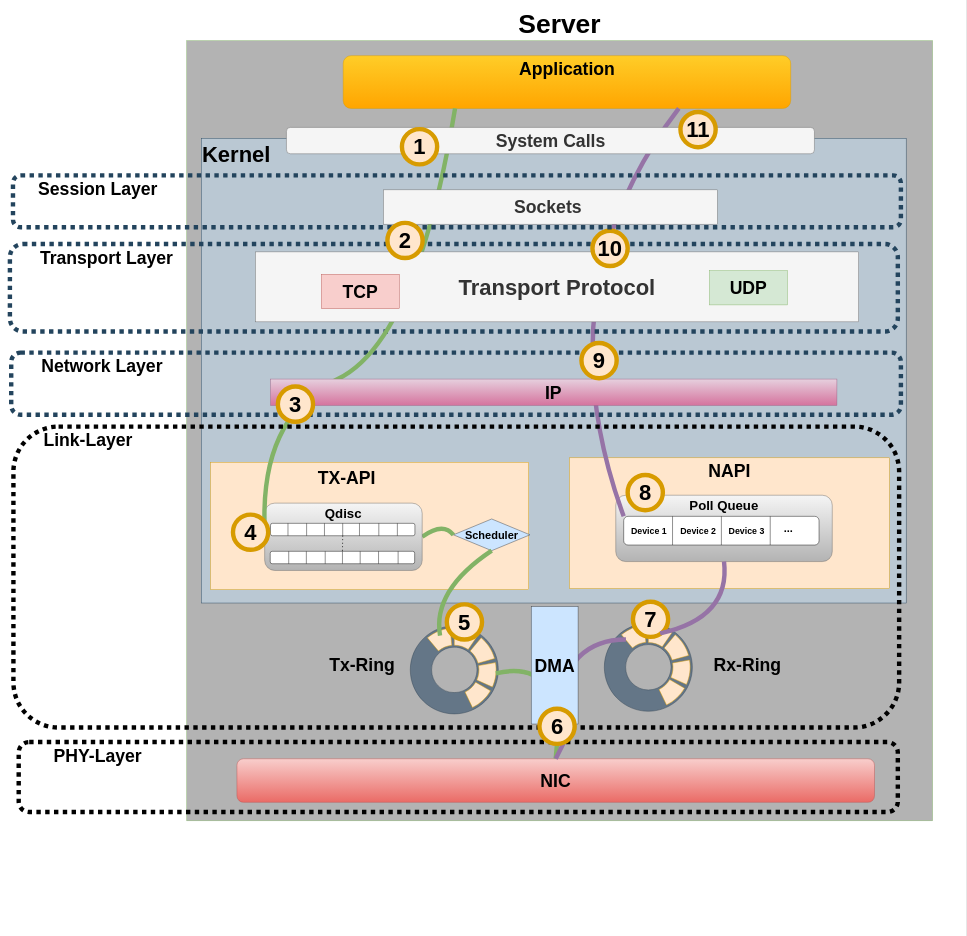
Before: thesis/drawio/network_stack.drawio in studhascja/Masterthesis, a draw.io diagram. Source tidied: cells renumbered, new cells numbered last; positions are measured from the earlier drawing's top-left corner, leaving out a move shared by most shapes. Both pictures are drawn from the tidied source at 44%, with x=0, y=0 at pixel (10, 40).
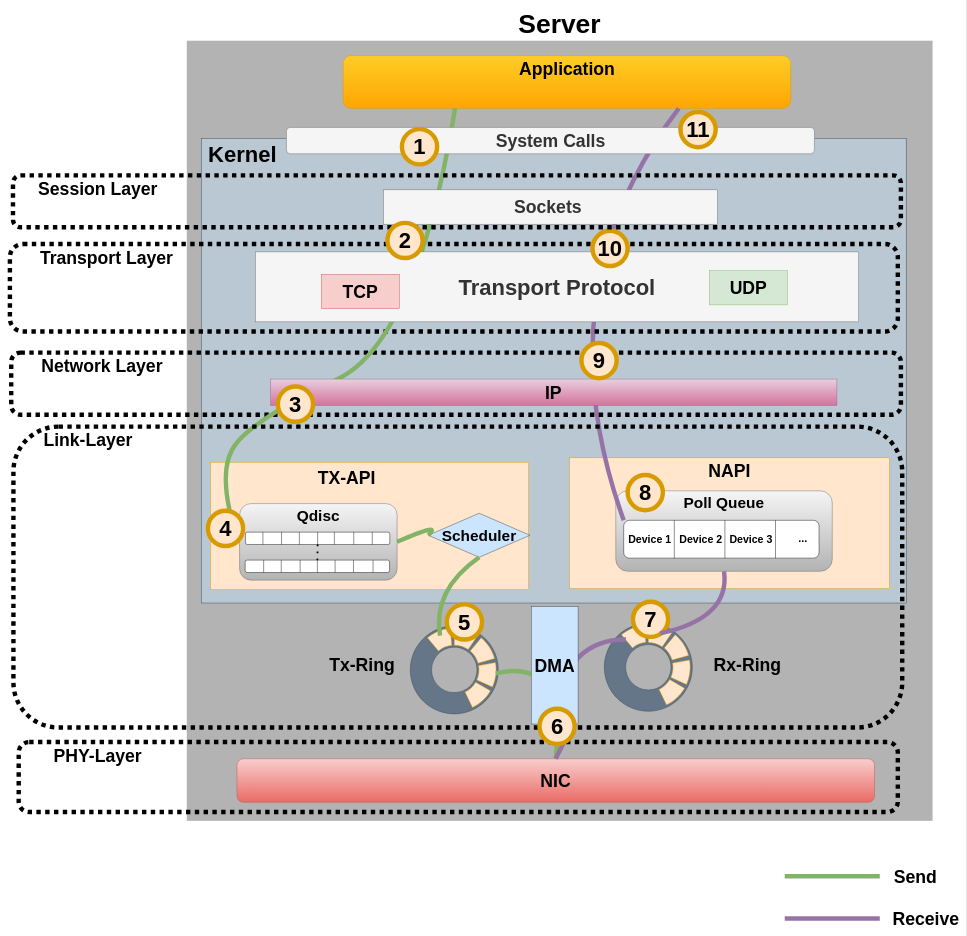
Above is the later version.

The change refers to these unchanged cells:
```xml
<mxCell id="4" value="&lt;font&gt;Application&lt;/font&gt;" style="rounded=1;whiteSpace=wrap;html=1;fontSize=40;fontStyle=1;verticalAlign=top;fillColor=#ffcd28;gradientColor=#ffa500;strokeColor=#d79b00;" parent="1" vertex="1">
  <mxGeometry x="757.5" y="34" width="1017" height="120" as="geometry" />
</mxCell>
<mxCell id="37" style="group;" parent="1" vertex="1">
  <mxGeometry x="579" y="1051" width="1443" height="509" as="geometry" />
</mxCell>
```

What changed in the source:
```diff
@@
-    <mxCell id="2" value="Server" style="rounded=0;whiteSpace=wrap;html=1;verticalAlign=bottom;fontSize=60;fontStyle=1;labelPosition=center;verticalLabelPosition=top;align=center;fillColor=#B3B3B3;strokeColor=#82b366;" parent="1" vertex="1">
+    <mxCell id="2" value="Server" style="rounded=0;whiteSpace=wrap;html=1;verticalAlign=bottom;fontSize=60;fontStyle=1;labelPosition=center;verticalLabelPosition=top;align=center;fillColor=#B3B3B3;strokeColor=none;" parent="1" vertex="1">
       <mxGeometry x="402" width="1695" height="1773" as="geometry" />
     </mxCell>
-    <mxCell id="3" value="&lt;font&gt;&lt;b&gt;Kernel&lt;/b&gt;&lt;/font&gt;" style="rounded=0;align=left;verticalAlign=top;whiteSpace=wrap;html=1;fontSize=50;fillColor=#bac8d3;strokeColor=#23445d;" parent="1" vertex="1">
+    <mxCell id="3" value="&lt;font&gt;&lt;b&gt;&amp;nbsp;Kernel&lt;/b&gt;&lt;/font&gt;" style="rounded=0;align=left;verticalAlign=top;whiteSpace=wrap;html=1;fontSize=50;fillColor=#bac8d3;strokeColor=#23445d;" parent="1" vertex="1">
       <mxGeometry x="435" y="222" width="1602" height="1056" as="geometry" />
     </mxCell>
@@
-    <mxCell id="9" value="&lt;font style=&quot;font-size: 25px;&quot;&gt;Scheduler&lt;/font&gt;" style="rhombus;whiteSpace=wrap;html=1;fontSize=30;fontStyle=1;fillColor=#cce5ff;strokeColor=#36393d;" parent="1" vertex="1">
-      <mxGeometry x="1008" y="1087" width="174" height="72" as="geometry" />
+    <mxCell id="9" value="&lt;font style=&quot;font-size: 35px;&quot;&gt;Scheduler&lt;/font&gt;" style="rhombus;whiteSpace=wrap;html=1;fontSize=30;fontStyle=1;fillColor=#cce5ff;strokeColor=#36393d;" parent="1" vertex="1">
+      <mxGeometry x="951" y="1074" width="231" height="100" as="geometry" />
     </mxCell>
@@
-    <mxCell id="12" value="&lt;font style=&quot;font-size: 30px;&quot;&gt;&lt;b&gt;Poll Queue&lt;/b&gt;&lt;/font&gt;" style="rounded=1;whiteSpace=wrap;html=1;verticalAlign=top;fillColor=#f5f5f5;gradientColor=#b3b3b3;strokeColor=#666666;" parent="1" vertex="1">
-      <mxGeometry x="1377" y="1033" width="492" height="150.8" as="geometry" />
+    <mxCell id="12" value="&lt;font style=&quot;font-size: 35px;&quot;&gt;&lt;b style=&quot;&quot;&gt;Poll Queue&lt;/b&gt;&lt;/font&gt;" style="rounded=1;whiteSpace=wrap;html=1;verticalAlign=top;fillColor=#f5f5f5;gradientColor=#b3b3b3;strokeColor=#666666;" parent="1" vertex="1">
+      <mxGeometry x="1377" y="1023" width="492" height="183" as="geometry" />
     </mxCell>
     <mxCell id="13" style="rounded=1;whiteSpace=wrap;html=1;strokeColor=default;align=center;verticalAlign=top;fontFamily=Helvetica;fontSize=12;fontColor=default;fillColor=default;" parent="1" vertex="1">
-      <mxGeometry x="1395" y="1081" width="444" height="65.2" as="geometry" />
+      <mxGeometry x="1395" y="1090" width="444" height="86" as="geometry" />
     </mxCell>
-    <mxCell id="14" style="endArrow=none;html=1;rounded=0;fontFamily=Helvetica;fontSize=12;fontColor=default;entryX=0.25;entryY=0;entryDx=0;entryDy=0;exitX=0.25;exitY=1;exitDx=0;exitDy=0;" parent="1" edge="1" source="13" target="13">
-      <mxGeometry relative="1" as="geometry" />
+    <mxCell id="14" style="endArrow=none;html=1;rounded=0;fontFamily=Helvetica;fontSize=12;fontColor=default;entryX=0.25;entryY=0;entryDx=0;entryDy=0;exitX=0.25;exitY=1;exitDx=0;exitDy=0;" parent="1" edge="1">
+      <mxGeometry relative="1" as="geometry">
+        <mxPoint x="1510" y="1176" as="sourcePoint" />
+        <mxPoint x="1510" y="1090" as="targetPoint" />
+      </mxGeometry>
     </mxCell>
-    <mxCell id="15" style="endArrow=none;html=1;rounded=0;fontFamily=Helvetica;fontSize=12;fontColor=default;entryX=0.5;entryY=0;entryDx=0;entryDy=0;exitX=0.5;exitY=1;exitDx=0;exitDy=0;" parent="1" edge="1" source="13" target="13">
-      <mxGeometry relative="1" as="geometry" />
+    <mxCell id="15" style="endArrow=none;html=1;rounded=0;fontFamily=Helvetica;fontSize=12;fontColor=default;entryX=0.5;entryY=0;entryDx=0;entryDy=0;exitX=0.5;exitY=1;exitDx=0;exitDy=0;" parent="1" edge="1">
+      <mxGeometry relative="1" as="geometry">
+        <mxPoint x="1625" y="1176" as="sourcePoint" />
+        <mxPoint x="1625" y="1090" as="targetPoint" />
+      </mxGeometry>
     </mxCell>
-    <mxCell id="16" style="endArrow=none;html=1;rounded=0;fontFamily=Helvetica;fontSize=12;fontColor=default;entryX=0.75;entryY=0;entryDx=0;entryDy=0;exitX=0.75;exitY=1;exitDx=0;exitDy=0;" parent="1" edge="1" source="13" target="13">
-      <mxGeometry relative="1" as="geometry" />
+    <mxCell id="16" style="endArrow=none;html=1;rounded=0;fontFamily=Helvetica;fontSize=12;fontColor=default;entryX=0.75;entryY=0;entryDx=0;entryDy=0;exitX=0.75;exitY=1;exitDx=0;exitDy=0;" parent="1" edge="1">
+      <mxGeometry relative="1" as="geometry">
+        <mxPoint x="1740" y="1176" as="sourcePoint" />
+        <mxPoint x="1740" y="1090" as="targetPoint" />
+      </mxGeometry>
     </mxCell>
-    <mxCell id="17" value="Device 1" style="text;html=1;align=center;verticalAlign=middle;strokeColor=none;fillColor=none;fontSize=20;fontStyle=1;" parent="1" vertex="1">
-      <mxGeometry x="1404" y="1095.6" width="96" height="36" as="geometry" />
+    <mxCell id="17" value="Device 1" style="text;html=1;align=center;verticalAlign=middle;strokeColor=none;fillColor=none;fontSize=24;fontStyle=1;" parent="1" vertex="1">
+      <mxGeometry x="1398" y="1112.6" width="111" height="42" as="geometry" />
     </mxCell>
-    <mxCell id="18" value="Device 2" style="text;html=1;align=center;verticalAlign=middle;strokeColor=none;fillColor=none;fontSize=20;fontStyle=1;" parent="1" vertex="1">
-      <mxGeometry x="1516" y="1095.6" width="96" height="36" as="geometry" />
+    <mxCell id="18" value="Device 2" style="text;html=1;align=center;verticalAlign=middle;strokeColor=none;fillColor=none;fontSize=24;fontStyle=1;" parent="1" vertex="1">
+      <mxGeometry x="1514" y="1112.6" width="111" height="42" as="geometry" />
     </mxCell>
-    <mxCell id="19" value="Device 3" style="text;html=1;align=center;verticalAlign=middle;strokeColor=none;fillColor=none;fontSize=20;fontStyle=1;" parent="1" vertex="1">
-      <mxGeometry x="1626" y="1095.6" width="96" height="36" as="geometry" />
+    <mxCell id="19" value="Device 3" style="text;html=1;align=center;verticalAlign=middle;strokeColor=none;fillColor=none;fontSize=24;fontStyle=1;" parent="1" vertex="1">
+      <mxGeometry x="1628" y="1112.6" width="111" height="42" as="geometry" />
     </mxCell>
     <mxCell id="20" value="..." style="text;html=1;align=center;verticalAlign=middle;strokeColor=none;fillColor=none;fontSize=25;fontStyle=1;" parent="1" vertex="1">
-      <mxGeometry x="1749" y="1087.4" width="39" height="42" as="geometry" />
+      <mxGeometry x="1782" y="1108.6" width="39" height="42" as="geometry" />
     </mxCell>
@@
-    <mxCell id="38" value="Qdisc" style="rounded=1;whiteSpace=wrap;html=1;verticalAlign=top;fontSize=30;fontStyle=1;fillColor=#f5f5f5;gradientColor=#b3b3b3;strokeColor=#666666;" parent="37" vertex="1">
-      <mxGeometry width="358" height="153" as="geometry" />
+    <mxCell id="38" value="Qdisc" style="rounded=1;whiteSpace=wrap;html=1;verticalAlign=top;fontSize=35;fontStyle=1;fillColor=#f5f5f5;gradientColor=#b3b3b3;strokeColor=#666666;" parent="37" vertex="1">
+      <mxGeometry x="-57" y="1" width="358" height="174" as="geometry" />
     </mxCell>
     <mxCell id="39" style="rounded=1;whiteSpace=wrap;html=1;strokeColor=default;align=center;verticalAlign=top;fontFamily=Helvetica;fontSize=12;fontColor=default;fillColor=default;" parent="37" vertex="1">
-      <mxGeometry x="13.3" y="45.9" width="328.2" height="28.2" as="geometry" />
+      <mxGeometry x="-43.7" y="65.9" width="328.2" height="28.2" as="geometry" />
     </mxCell>
@@
     <mxCell id="43" style="endArrow=none;html=1;rounded=0;fontFamily=Helvetica;fontSize=12;fontColor=default;entryX=0.25;entryY=0;entryDx=0;entryDy=0;exitX=0.25;exitY=1;exitDx=0;exitDy=0;" parent="37" edge="1">
       <mxGeometry relative="1" as="geometry">
-        <mxPoint x="53" y="74.1" as="sourcePoint" />
-        <mxPoint x="53" y="45.9" as="targetPoint" />
+        <mxPoint x="-4" y="94.1" as="sourcePoint" />
+        <mxPoint x="-4" y="65.9" as="targetPoint" />
       </mxGeometry>
     </mxCell>
     <mxCell id="44" style="endArrow=none;html=1;rounded=0;fontFamily=Helvetica;fontSize=12;fontColor=default;entryX=0.25;entryY=0;entryDx=0;entryDy=0;exitX=0.25;exitY=1;exitDx=0;exitDy=0;" parent="37" edge="1">
       <mxGeometry relative="1" as="geometry">
-        <mxPoint x="135.9" y="74.1" as="sourcePoint" />
-        <mxPoint x="135.9" y="45.9" as="targetPoint" />
+        <mxPoint x="78.9" y="94.1" as="sourcePoint" />
+        <mxPoint x="78.9" y="65.9" as="targetPoint" />
       </mxGeometry>
     </mxCell>
     <mxCell id="45" style="endArrow=none;html=1;rounded=0;fontFamily=Helvetica;fontSize=12;fontColor=default;entryX=0.25;entryY=0;entryDx=0;entryDy=0;exitX=0.25;exitY=1;exitDx=0;exitDy=0;" parent="37" edge="1">
       <mxGeometry relative="1" as="geometry">
-        <mxPoint x="215.5" y="74.1" as="sourcePoint" />
-        <mxPoint x="215.5" y="45.9" as="targetPoint" />
+        <mxPoint x="158.5" y="94.1" as="sourcePoint" />
+        <mxPoint x="158.5" y="65.9" as="targetPoint" />
       </mxGeometry>
     </mxCell>
     <mxCell id="46" style="endArrow=none;html=1;rounded=0;fontFamily=Helvetica;fontSize=12;fontColor=default;entryX=0.25;entryY=0;entryDx=0;entryDy=0;exitX=0.25;exitY=1;exitDx=0;exitDy=0;" parent="37" edge="1">
       <mxGeometry relative="1" as="geometry">
-        <mxPoint x="301.6" y="74.1" as="sourcePoint" />
-        <mxPoint x="301.6" y="45.9" as="targetPoint" />
+        <mxPoint x="244.6" y="94.1" as="sourcePoint" />
+        <mxPoint x="244.6" y="65.9" as="targetPoint" />
       </mxGeometry>
     </mxCell>
     <mxCell id="47" style="rounded=1;whiteSpace=wrap;html=1;strokeColor=default;align=center;verticalAlign=top;fontFamily=Helvetica;fontSize=12;fontColor=default;fillColor=default;" parent="37" vertex="1">
-      <mxGeometry x="12.7" y="109.5" width="328.2" height="28.2" as="geometry" />
+      <mxGeometry x="-44.3" y="129.5" width="328.2" height="28.2" as="geometry" />
     </mxCell>
@@
     <mxCell id="49" style="endArrow=none;html=1;rounded=0;fontFamily=Helvetica;fontSize=12;fontColor=default;entryX=0.5;entryY=0;entryDx=0;entryDy=0;exitX=0.5;exitY=1;exitDx=0;exitDy=0;" parent="37" edge="1">
       <mxGeometry relative="1" as="geometry">
-        <mxPoint x="176.8" y="137.7" as="sourcePoint" />
-        <mxPoint x="176.8" y="109.5" as="targetPoint" />
+        <mxPoint x="119.8" y="157.7" as="sourcePoint" />
+        <mxPoint x="119.8" y="129.5" as="targetPoint" />
       </mxGeometry>
     </mxCell>
@@
     <mxCell id="51" style="endArrow=none;html=1;rounded=0;fontFamily=Helvetica;fontSize=12;fontColor=default;entryX=0.25;entryY=0;entryDx=0;entryDy=0;exitX=0.25;exitY=1;exitDx=0;exitDy=0;" parent="37" edge="1">
       <mxGeometry relative="1" as="geometry">
-        <mxPoint x="54.7" y="137.7" as="sourcePoint" />
-        <mxPoint x="54.7" y="109.5" as="targetPoint" />
+        <mxPoint x="-2.3" y="157.7" as="sourcePoint" />
+        <mxPoint x="-2.3" y="129.5" as="targetPoint" />
       </mxGeometry>
     </mxCell>
     <mxCell id="52" style="endArrow=none;html=1;rounded=0;fontFamily=Helvetica;fontSize=12;fontColor=default;entryX=0.25;entryY=0;entryDx=0;entryDy=0;exitX=0.25;exitY=1;exitDx=0;exitDy=0;" parent="37" edge="1">
       <mxGeometry relative="1" as="geometry">
-        <mxPoint x="137.6" y="137.7" as="sourcePoint" />
-        <mxPoint x="137.6" y="109.5" as="targetPoint" />
+        <mxPoint x="80.6" y="157.7" as="sourcePoint" />
+        <mxPoint x="80.6" y="129.5" as="targetPoint" />
       </mxGeometry>
     </mxCell>
     <mxCell id="53" style="endArrow=none;html=1;rounded=0;fontFamily=Helvetica;fontSize=12;fontColor=default;entryX=0.25;entryY=0;entryDx=0;entryDy=0;exitX=0.25;exitY=1;exitDx=0;exitDy=0;" parent="37" edge="1">
       <mxGeometry relative="1" as="geometry">
-        <mxPoint x="217.1" y="137.7" as="sourcePoint" />
-        <mxPoint x="217.1" y="109.5" as="targetPoint" />
+        <mxPoint x="160.1" y="157.7" as="sourcePoint" />
+        <mxPoint x="160.1" y="129.5" as="targetPoint" />
       </mxGeometry>
     </mxCell>
     <mxCell id="54" style="endArrow=none;html=1;rounded=0;fontFamily=Helvetica;fontSize=12;fontColor=default;entryX=0.25;entryY=0;entryDx=0;entryDy=0;exitX=0.25;exitY=1;exitDx=0;exitDy=0;" parent="37" edge="1">
       <mxGeometry relative="1" as="geometry">
-        <mxPoint x="303.3" y="137.7" as="sourcePoint" />
-        <mxPoint x="303.3" y="109.5" as="targetPoint" />
+        <mxPoint x="246.3" y="157.7" as="sourcePoint" />
+        <mxPoint x="246.3" y="129.5" as="targetPoint" />
       </mxGeometry>
     </mxCell>
-    <mxCell id="55" style="endArrow=none;dashed=1;html=1;dashPattern=1 3;strokeWidth=2;rounded=0;fontFamily=Helvetica;fontSize=12;fontColor=default;exitX=0.5;exitY=1;exitDx=0;exitDy=0;entryX=0.5;entryY=0;entryDx=0;entryDy=0;" parent="37" edge="1" source="39" target="47">
+    <mxCell id="55" style="endArrow=none;dashed=1;html=1;dashPattern=1 3;strokeWidth=4;rounded=0;fontFamily=Helvetica;fontSize=12;fontColor=default;exitX=0.5;exitY=1;exitDx=0;exitDy=0;entryX=0.5;entryY=0;entryDx=0;entryDy=0;spacing=2;" parent="37" edge="1" source="39" target="47">
       <mxGeometry relative="1" as="geometry" />
     </mxCell>
@@
-    <mxCell id="63" value="&amp;nbsp; &amp;nbsp; &amp;nbsp; Transport Layer" style="rounded=1;whiteSpace=wrap;html=1;verticalAlign=top;fontSize=40;fontStyle=1;fillColor=none;strokeWidth=10;dashed=1;dashPattern=1 1;strokeColor=#23445d;align=left;" parent="1" vertex="1">
+    <mxCell id="63" value="&amp;nbsp; &amp;nbsp; &amp;nbsp; Transport Layer" style="rounded=1;whiteSpace=wrap;html=1;verticalAlign=top;fontSize=40;fontStyle=1;fillColor=none;strokeWidth=10;dashed=1;dashPattern=1 1;strokeColor=#000000;align=left;" parent="1" vertex="1">
       <mxGeometry y="462" width="2018" height="199" as="geometry" />
     </mxCell>
-    <mxCell id="64" value="&amp;nbsp; &amp;nbsp; &amp;nbsp; Network Layer" style="rounded=1;whiteSpace=wrap;html=1;verticalAlign=top;fontSize=40;fontStyle=1;fillColor=none;strokeWidth=10;dashed=1;dashPattern=1 1;strokeColor=#23445d;align=left;" parent="1" vertex="1">
+    <mxCell id="64" value="&amp;nbsp; &amp;nbsp; &amp;nbsp; Network Layer" style="rounded=1;whiteSpace=wrap;html=1;verticalAlign=top;fontSize=40;fontStyle=1;fillColor=none;strokeWidth=10;dashed=1;dashPattern=1 1;strokeColor=#000000;align=left;" parent="1" vertex="1">
       <mxGeometry x="3" y="709" width="2022" height="141" as="geometry" />
     </mxCell>
-    <mxCell id="65" value="&amp;nbsp; &amp;nbsp; &amp;nbsp; &amp;nbsp;PHY-Layer" style="rounded=1;whiteSpace=wrap;html=1;verticalAlign=top;fontSize=40;fontStyle=1;fillColor=none;strokeWidth=10;dashed=1;dashPattern=1 1;align=left;" parent="1" vertex="1">
+    <mxCell id="65" value="&amp;nbsp; &amp;nbsp; &amp;nbsp; &amp;nbsp;PHY-Layer" style="rounded=1;whiteSpace=wrap;html=1;verticalAlign=top;fontSize=40;fontStyle=1;fillColor=none;strokeWidth=10;dashed=1;dashPattern=1 1;align=left;strokeColor=#000000;" parent="1" vertex="1">
       <mxGeometry x="20" y="1594" width="1998" height="159" as="geometry" />
     </mxCell>
-    <mxCell id="66" style="endArrow=none;html=1;rounded=0;entryX=0.25;entryY=1;entryDx=0;entryDy=0;exitX=0.002;exitY=0.465;exitDx=0;exitDy=0;fillColor=#d5e8d4;strokeColor=#82b366;strokeWidth=10;curved=1;exitPerimeter=0;" parent="1" edge="1" source="38" target="4">
+    <mxCell id="66" style="endArrow=none;html=1;rounded=0;entryX=0.25;entryY=1;entryDx=0;entryDy=0;exitX=1;exitY=1;exitDx=0;exitDy=0;fillColor=#d5e8d4;strokeColor=#82b366;strokeWidth=10;curved=1;" parent="1" edge="1" source="75" target="4">
       <mxGeometry relative="1" as="geometry">
         <Array as="points">
+          <mxPoint x="465" y="975" />
           <mxPoint x="564" y="855" />
           <mxPoint x="924" y="684" />
         </Array>
       </mxGeometry>
     </mxCell>
@@
     <mxCell id="75" value="4" style="ellipse;whiteSpace=wrap;html=1;fontSize=50;fontStyle=1;fillColor=#ffe6cc;strokeColor=#d79b00;strokeWidth=10;" parent="1" vertex="1">
-      <mxGeometry x="507" y="1077" width="80" height="80" as="geometry" />
+      <mxGeometry x="450" y="1068.4" width="80" height="80" as="geometry" />
     </mxCell>
@@
-    <mxCell id="80" value="&amp;nbsp; &amp;nbsp; &amp;nbsp;Session Layer" style="rounded=1;whiteSpace=wrap;html=1;verticalAlign=top;fontSize=40;fontStyle=1;fillColor=none;strokeWidth=10;dashed=1;dashPattern=1 1;strokeColor=#23445d;align=left;" parent="1" vertex="1">
+    <mxCell id="80" value="&amp;nbsp; &amp;nbsp; &amp;nbsp;Session Layer" style="rounded=1;whiteSpace=wrap;html=1;verticalAlign=top;fontSize=40;fontStyle=1;fillColor=none;strokeWidth=10;dashed=1;dashPattern=1 1;strokeColor=#000000;align=left;" parent="1" vertex="1">
       <mxGeometry x="7" y="306" width="2018" height="118" as="geometry" />
     </mxCell>
@@
-    <mxCell id="82" value="&amp;nbsp; &amp;nbsp; &amp;nbsp; Link-Layer" style="rounded=1;whiteSpace=wrap;html=1;verticalAlign=top;fontSize=40;fontStyle=1;fillColor=none;strokeWidth=10;dashed=1;dashPattern=1 1;align=left;" parent="1" vertex="1">
-      <mxGeometry x="8" y="877" width="2013" height="684" as="geometry" />
+    <mxCell id="82" value="&amp;nbsp; &amp;nbsp; &amp;nbsp; Link-Layer" style="rounded=1;whiteSpace=wrap;html=1;verticalAlign=top;fontSize=40;fontStyle=1;fillColor=none;strokeWidth=10;dashed=1;dashPattern=1 1;align=left;strokeColor=#000000;" parent="1" vertex="1">
+      <mxGeometry x="8" y="877" width="2020" height="684" as="geometry" />
     </mxCell>
@@
+    <mxCell id="85" style="endArrow=none;html=1;rounded=0;strokeWidth=10;fillColor=#d5e8d4;strokeColor=#82b366;" parent="1" edge="1">
+      <mxGeometry relative="1" as="geometry">
+        <mxPoint x="1761" y="1899" as="sourcePoint" />
+        <mxPoint x="1977" y="1899" as="targetPoint" />
+      </mxGeometry>
+    </mxCell>
+    <mxCell id="86" style="endArrow=none;html=1;rounded=0;strokeWidth=10;fillColor=#e1d5e7;strokeColor=#9673a6;" parent="1" edge="1">
+      <mxGeometry relative="1" as="geometry">
+        <mxPoint x="1761" y="1995" as="sourcePoint" />
+        <mxPoint x="1977" y="1995" as="targetPoint" />
+      </mxGeometry>
+    </mxCell>
+    <mxCell id="87" value="Send" style="text;html=1;whiteSpace=wrap;strokeColor=none;fillColor=none;align=center;verticalAlign=middle;rounded=0;fontSize=40;fontStyle=1;" parent="1" vertex="1">
+      <mxGeometry x="2028" y="1884" width="60" height="30" as="geometry" />
+    </mxCell>
+    <mxCell id="88" value="Receive" style="text;html=1;whiteSpace=wrap;strokeColor=none;fillColor=none;align=center;verticalAlign=middle;rounded=0;fontSize=40;fontStyle=1;" parent="1" vertex="1">
+      <mxGeometry x="2052" y="1980" width="60" height="30" as="geometry" />
+    </mxCell>
```
